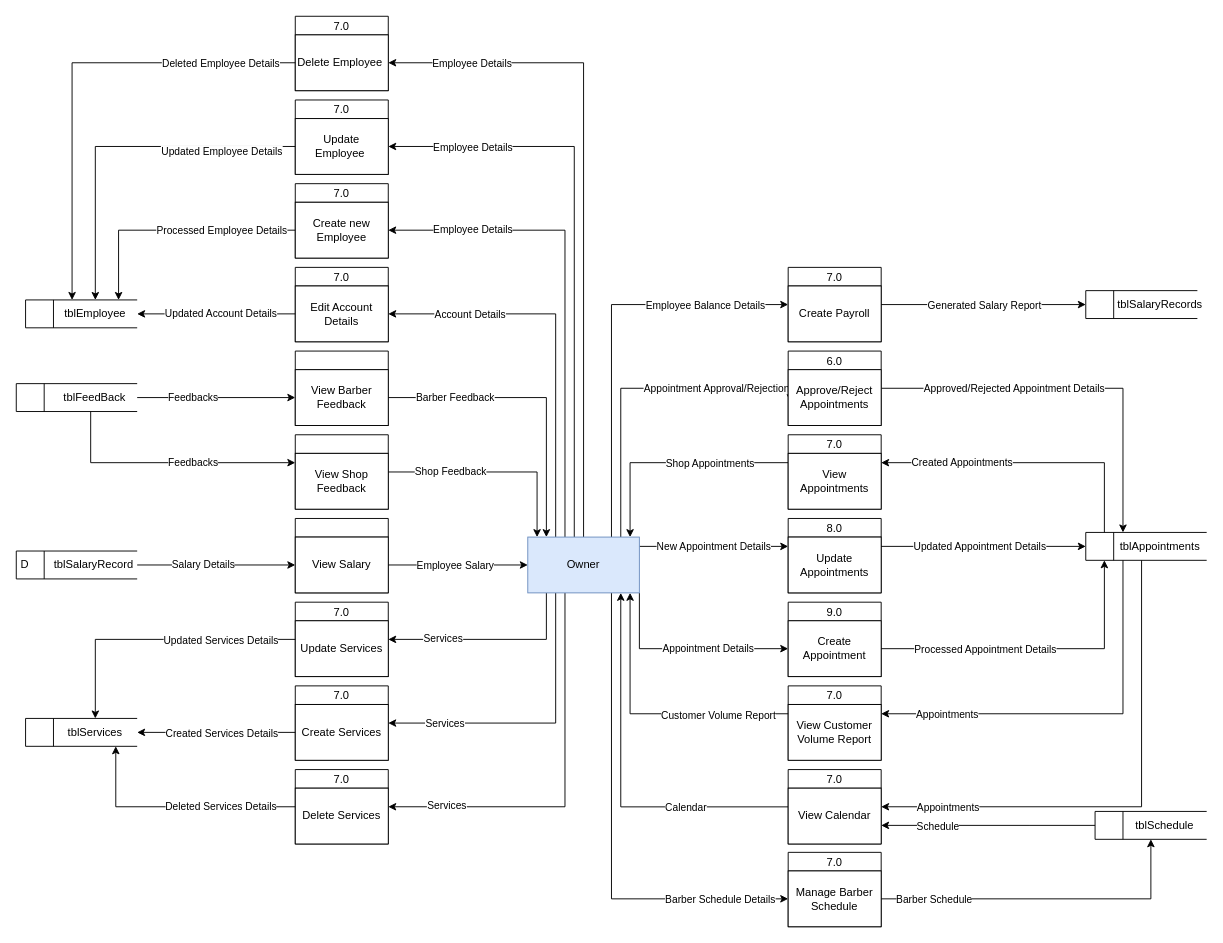
Before: page "Owner" (2 of 5) of Diagrams/Data flow.drawio in iampotato16/AppointCut, a draw.io diagram. Source tidied: cells renumbered, new cells numbered last; positions are measured from the earlier drawing's top-left corner, leaving out a move shared by most shapes. Both pictures are drawn from the tidied source at 93%, with x=0, y=0 at pixel (16, 16).
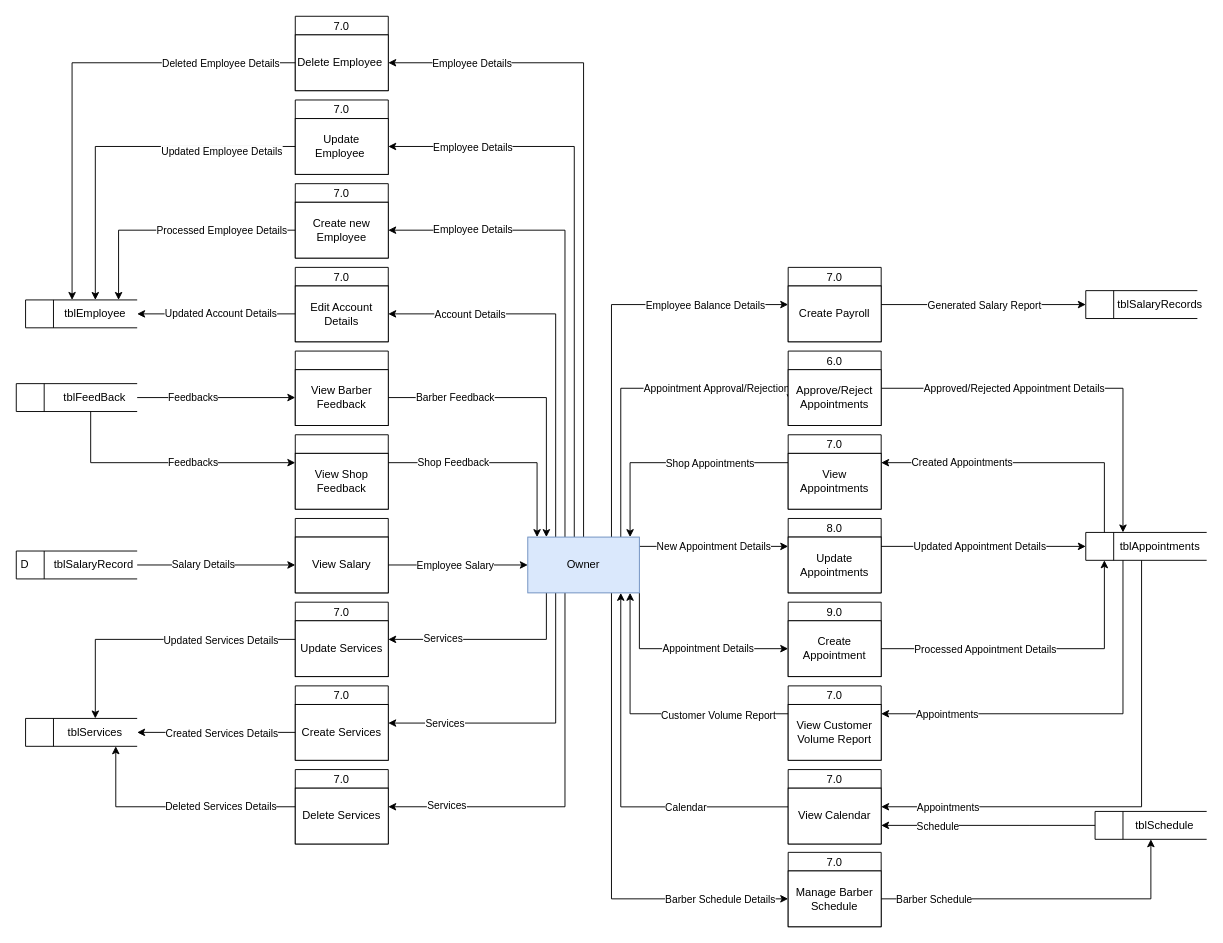
The same diagram, later.

The change refers to these unchanged cells:
```xml
<mxCell id="26" value="Owner" style="rounded=0;whiteSpace=wrap;html=1;fillColor=#dae8fc;strokeColor=#6c8ebf;" parent="1" vertex="1">
  <mxGeometry x="550" y="560" width="120" height="60" as="geometry" />
</mxCell>
<mxCell id="52" value="View Shop Feedback" style="rounded=0;whiteSpace=wrap;html=1;" parent="51" vertex="1">
  <mxGeometry y="20" width="100" height="60" as="geometry" />
</mxCell>
```

What changed in the source:
```diff
@@
-    <mxCell id="53" value="Shop Feedback" style="edgeStyle=orthogonalEdgeStyle;rounded=0;jettySize=auto;html=1;" parent="1" edge="1" source="52" target="26">
+    <mxCell id="53" value="Shop Feedback" style="edgeStyle=orthogonalEdgeStyle;rounded=0;jettySize=auto;html=1;strokeColor=default;labelBackgroundColor=default;fontColor=default;" parent="1" edge="1" source="52" target="26">
       <mxGeometry x="-0.42" relative="1" as="geometry">
         <Array as="points">
-          <mxPoint x="560" y="490" />
+          <mxPoint x="560" y="480" />
         </Array>
       </mxGeometry>
     </mxCell>
```
